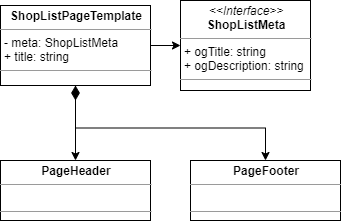
Before: sw-design/images/ui-design-010/ui-design-010-pt003.png, a diagram exported from draw.io (thesoncriel/coding-guide). Source tidied: cells renumbered, new cells last; positions are measured from the earlier drawing's top-left corner, leaving out a move shared by most shapes.
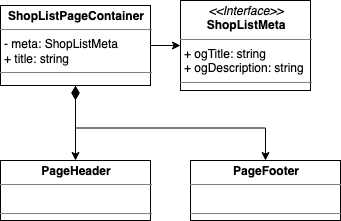
The same file after the commit.

Change to the diagram source:
```diff
@@ -11,7 +11,7 @@
     <mxCell id="4" style="edgeStyle=orthogonalEdgeStyle;rounded=0;jettySize=auto;html=1;fontSize=16;exitX=0.5;exitY=1;exitDx=0;exitDy=0;startSize=12;startArrow=diamondThin;startFill=1;" parent="1" edge="1" source="5" target="8">
       <mxGeometry relative="1" as="geometry" />
     </mxCell>
-    <mxCell id="5" value="&lt;p style=&quot;margin: 0px ; margin-top: 4px ; text-align: center&quot;&gt;&lt;b&gt;ShopListPageTemplate&lt;/b&gt;&lt;/p&gt;&lt;hr size=&quot;1&quot;&gt;&lt;p style=&quot;margin: 0px ; margin-left: 4px&quot;&gt;- meta: ShopListMeta&lt;/p&gt;&lt;p style=&quot;margin: 0px ; margin-left: 4px&quot;&gt;+ title: string&lt;/p&gt;&lt;hr size=&quot;1&quot;&gt;&lt;p style=&quot;margin: 0px ; margin-left: 4px&quot;&gt;&lt;br&gt;&lt;/p&gt;" style="verticalAlign=top;align=left;overflow=fill;fontSize=12;fontFamily=Helvetica;html=1;" parent="1" vertex="1">
+    <mxCell id="5" value="&lt;p style=&quot;margin: 0px ; margin-top: 4px ; text-align: center&quot;&gt;&lt;b&gt;ShopListPageContainer&lt;/b&gt;&lt;/p&gt;&lt;hr size=&quot;1&quot;&gt;&lt;p style=&quot;margin: 0px ; margin-left: 4px&quot;&gt;- meta: ShopListMeta&lt;/p&gt;&lt;p style=&quot;margin: 0px ; margin-left: 4px&quot;&gt;+ title: string&lt;/p&gt;&lt;hr size=&quot;1&quot;&gt;&lt;p style=&quot;margin: 0px ; margin-left: 4px&quot;&gt;&lt;br&gt;&lt;/p&gt;" style="verticalAlign=top;align=left;overflow=fill;fontSize=12;fontFamily=Helvetica;html=1;" parent="1" vertex="1">
       <mxGeometry y="5" width="150" height="80" as="geometry" />
     </mxCell>
     <mxCell id="6" value="&lt;p style=&quot;margin: 0px ; margin-top: 4px ; text-align: center&quot;&gt;&lt;i&gt;&amp;lt;&amp;lt;Interface&amp;gt;&amp;gt;&lt;/i&gt;&lt;br&gt;&lt;b&gt;ShopListMeta&lt;/b&gt;&lt;/p&gt;&lt;hr size=&quot;1&quot;&gt;&lt;p style=&quot;margin: 0px ; margin-left: 4px&quot;&gt;+ ogTitle: string&lt;/p&gt;&lt;p style=&quot;margin: 0px ; margin-left: 4px&quot;&gt;+ ogDescription: string&lt;/p&gt;&lt;hr size=&quot;1&quot;&gt;&lt;p style=&quot;margin: 0px ; margin-left: 4px&quot;&gt;&lt;br&gt;&lt;/p&gt;" style="verticalAlign=top;align=left;overflow=fill;fontSize=12;fontFamily=Helvetica;html=1;" parent="1" vertex="1">
```
